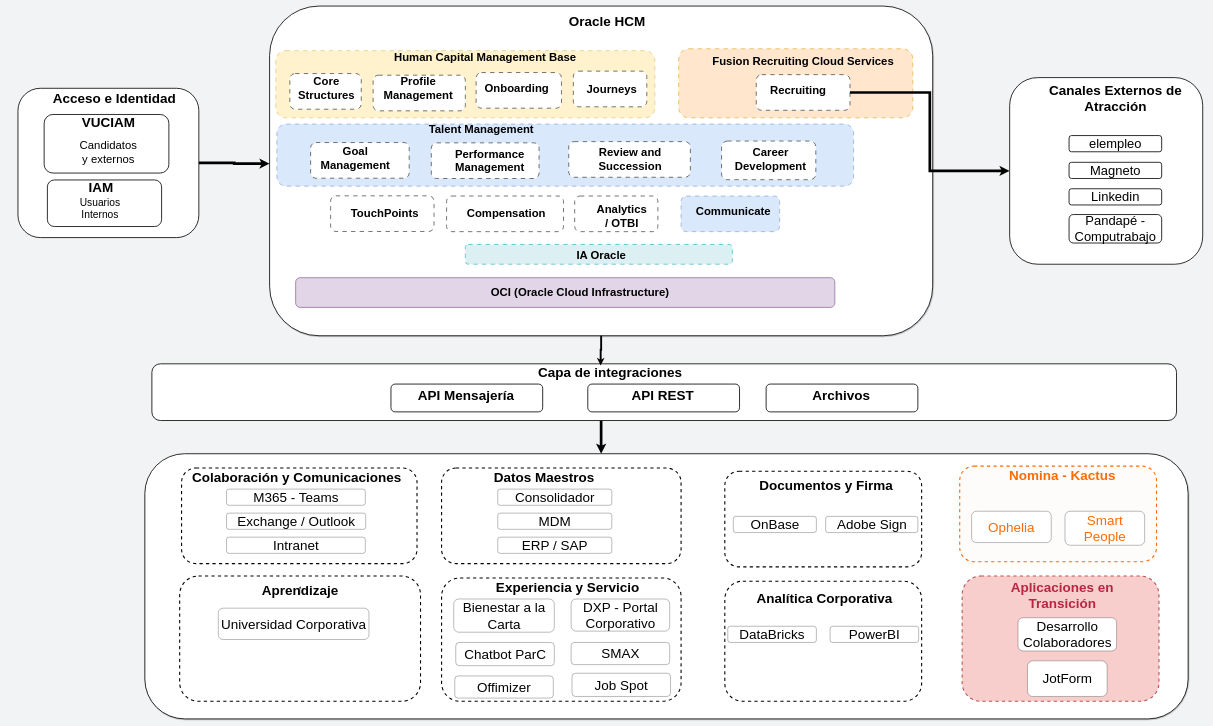
This is page "Page-2" (2 of 2) of HCM.drawio from carlosvalderrama1204/diagrams, a draw.io file, before an edit. Source tidied: cells renumbered, new cells numbered last; positions are measured from the earlier drawing's top-left corner, leaving out a move shared by most shapes. Both pictures are drawn from the tidied source at 27%, with x=0, y=0 at pixel (18, 6).
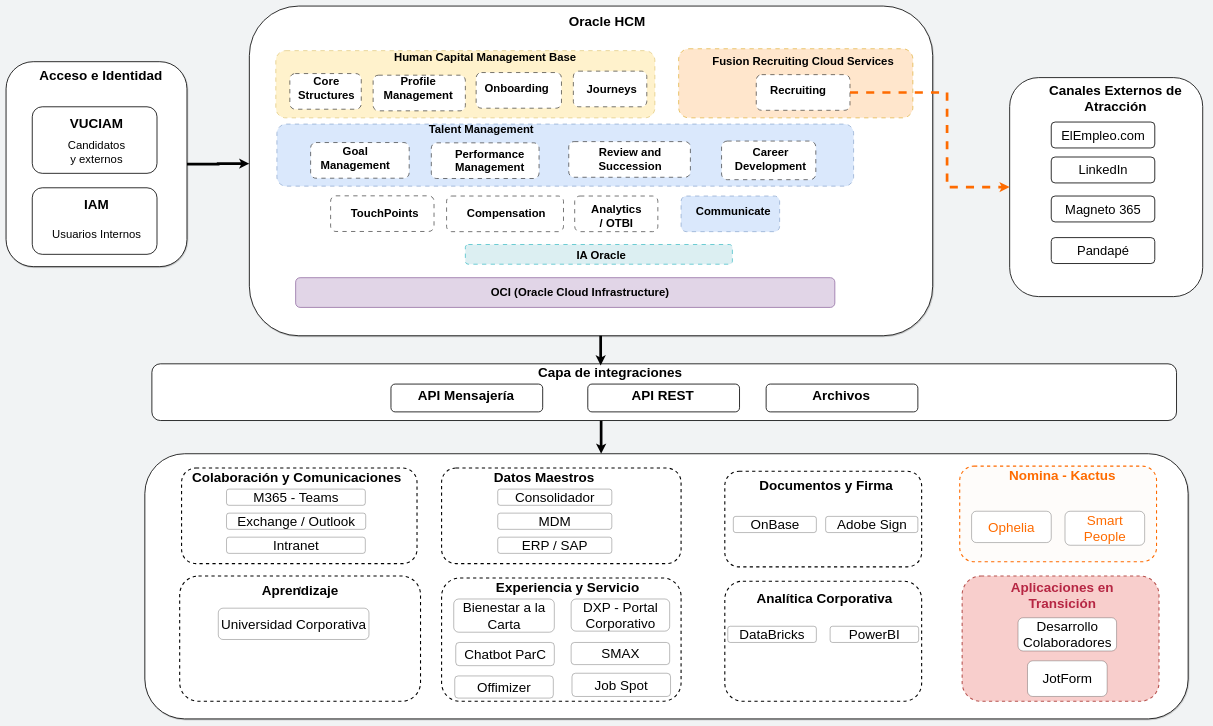
Above is the later version.

Unchanged cells that the change refers to:
```xml
<mxCell id="20" style="rounded=1;whiteSpace=wrap;html=1;fontSize=50;strokeWidth=3;" parent="1" vertex="1">
  <mxGeometry x="496" y="1325" width="3795" height="210" as="geometry" />
</mxCell>
<mxCell id="35" style="rounded=1;whiteSpace=wrap;html=1;dashed=1;dashPattern=8 8;fontSize=42;strokeWidth=2;" parent="1" vertex="1">
  <mxGeometry x="2734.5" y="254" width="347" height="132" as="geometry" />
</mxCell>
```

Diff of the diagram source:
```diff
@@
     <mxCell id="2" style="rounded=1;whiteSpace=wrap;html=1;gradientColor=none;shadow=1;glass=0;fontSize=50;strokeWidth=3;" parent="1" vertex="1">
-      <mxGeometry x="932" width="2456" height="1221" as="geometry" />
+      <mxGeometry x="857" width="2531" height="1221" as="geometry" />
     </mxCell>
@@
-    <mxCell id="7" style="rounded=1;whiteSpace=wrap;html=1;fontSize=50;strokeWidth=3;" parent="1" vertex="1">
-      <mxGeometry y="304.5" width="670" height="553" as="geometry" />
+    <mxCell id="7" style="rounded=1;whiteSpace=wrap;html=1;fontSize=50;strokeWidth=3;shadow=1;" parent="1" vertex="1">
+      <mxGeometry x="-44" y="206" width="670" height="759" as="geometry" />
     </mxCell>
@@
     <mxCell id="9" style="rounded=1;whiteSpace=wrap;html=1;fontSize=50;strokeWidth=3;" parent="1" vertex="1">
-      <mxGeometry x="97" y="401.5" width="462" height="217" as="geometry" />
+      <mxGeometry x="53" y="373" width="462" height="246.5" as="geometry" />
     </mxCell>
     <mxCell id="10" value="VUCIAM" style="text;html=1;whiteSpace=wrap;strokeColor=none;fillColor=none;align=center;verticalAlign=middle;rounded=0;fontStyle=1;fontSize=50;strokeWidth=3;" parent="1" vertex="1">
-      <mxGeometry x="305" y="416.5" width="60" height="30" as="geometry" />
+      <mxGeometry x="261" y="417.5" width="60" height="30" as="geometry" />
     </mxCell>
     <mxCell id="11" value="Candidatos y externos" style="text;html=1;whiteSpace=wrap;strokeColor=none;fillColor=none;align=center;verticalAlign=middle;rounded=0;fontSize=42;strokeWidth=3;" parent="1" vertex="1">
-      <mxGeometry x="305" y="525.5" width="60" height="30" as="geometry" />
+      <mxGeometry x="261" y="526.5" width="60" height="30" as="geometry" />
     </mxCell>
-    <mxCell id="12" style="rounded=1;whiteSpace=wrap;html=1;fontSize=50;strokeWidth=3;" parent="1" vertex="1">
-      <mxGeometry x="109" y="644" width="423" height="172.5" as="geometry" />
-    </mxCell>
-    <mxCell id="13" value="IAM" style="text;html=1;whiteSpace=wrap;strokeColor=none;fillColor=none;align=center;verticalAlign=middle;rounded=0;fontStyle=1;fontSize=50;strokeWidth=3;" parent="1" vertex="1">
-      <mxGeometry x="199" y="655" width="218" height="30" as="geometry" />
-    </mxCell>
-    <mxCell id="14" value="Usuarios Internos" style="text;html=1;whiteSpace=wrap;strokeColor=none;fillColor=none;align=center;verticalAlign=middle;rounded=0;fontSize=38;strokeWidth=3;" parent="1" vertex="1">
-      <mxGeometry x="274" y="734.5" width="60" height="30" as="geometry" />
-    </mxCell>
     <mxCell id="15" value="Acceso e Identidad" style="text;html=1;whiteSpace=wrap;strokeColor=none;fillColor=none;align=center;verticalAlign=middle;rounded=0;fontStyle=1;fontSize=50;strokeWidth=3;" parent="1" vertex="1">
-      <mxGeometry x="109" y="324.5" width="497" height="30" as="geometry" />
+      <mxGeometry x="59" y="241" width="497" height="30" as="geometry" />
     </mxCell>
     <mxCell id="16" style="rounded=1;whiteSpace=wrap;html=1;fontSize=50;strokeWidth=3;" parent="1" vertex="1">
-      <mxGeometry x="3673" y="264.9" width="715" height="691.2" as="geometry" />
+      <mxGeometry x="3673" y="264.9" width="715" height="811.1" as="geometry" />
     </mxCell>
-    <mxCell id="17" value="elempleo" style="rounded=1;whiteSpace=wrap;html=1;fontSize=48;strokeWidth=3;" parent="1" vertex="1">
-      <mxGeometry x="3893" y="479.6" width="343" height="60" as="geometry" />
+    <mxCell id="17" value="ElEmpleo.com" style="rounded=1;whiteSpace=wrap;html=1;fontSize=48;strokeWidth=3;" parent="1" vertex="1">
+      <mxGeometry x="3827" y="429.5" width="383.5" height="96" as="geometry" />
     </mxCell>
@@
-    <mxCell id="22" value="Magneto" style="rounded=1;whiteSpace=wrap;html=1;fontSize=48;strokeWidth=3;" parent="1" vertex="1">
-      <mxGeometry x="3893" y="578.6" width="343" height="60" as="geometry" />
-    </mxCell>
-    <mxCell id="23" value="Linkedin" style="rounded=1;whiteSpace=wrap;html=1;fontSize=48;strokeWidth=3;" parent="1" vertex="1">
-      <mxGeometry x="3893" y="676.6" width="343" height="60" as="geometry" />
-    </mxCell>
@@
     <mxCell id="52" value="Analytics / OTBI" style="text;html=1;whiteSpace=wrap;strokeColor=none;fillColor=none;align=center;verticalAlign=middle;rounded=0;fontStyle=1;fontSize=42;strokeWidth=2;" parent="1" vertex="1">
-      <mxGeometry x="2178" y="763.5" width="117" height="30" as="geometry" />
+      <mxGeometry x="2157.5" y="764" width="117" height="30" as="geometry" />
     </mxCell>
@@
-    <mxCell id="55" value="Pandapé - Computrabajo" style="rounded=1;whiteSpace=wrap;html=1;fontSize=48;strokeWidth=3;" parent="1" vertex="1">
-      <mxGeometry x="3893" y="772.1" width="343" height="105.5" as="geometry" />
-    </mxCell>
@@
-    <mxCell id="97" style="edgeStyle=orthogonalEdgeStyle;rounded=0;jettySize=auto;html=1;entryX=0.438;entryY=0.029;entryDx=0;entryDy=0;entryPerimeter=0;strokeWidth=7;" parent="1" edge="1" source="2" target="20">
-      <mxGeometry relative="1" as="geometry" />
+    <mxCell id="97" style="edgeStyle=orthogonalEdgeStyle;rounded=0;jettySize=auto;html=1;entryX=0.438;entryY=0.029;entryDx=0;entryDy=0;entryPerimeter=0;strokeWidth=10;" parent="1" edge="1" source="2" target="20">
+      <mxGeometry relative="1" as="geometry">
+        <Array as="points">
+          <mxPoint x="2158.2" y="1246.4" />
+          <mxPoint x="2158.2" y="1246.4" />
+        </Array>
+      </mxGeometry>
     </mxCell>
@@
-    <mxCell id="103" style="edgeStyle=orthogonalEdgeStyle;rounded=0;jettySize=auto;html=1;strokeWidth=10;exitX=1;exitY=0.5;exitDx=0;exitDy=0;" parent="1" edge="1" source="35" target="16">
-      <mxGeometry relative="1" as="geometry" />
+    <mxCell id="103" style="edgeStyle=orthogonalEdgeStyle;rounded=0;jettySize=auto;html=1;strokeWidth=10;exitX=1;exitY=0.5;exitDx=0;exitDy=0;strokeColor=#FE6B00;dashed=1;" parent="1" edge="1" source="35" target="16">
+      <mxGeometry relative="1" as="geometry">
+        <Array as="points">
+          <mxPoint x="3441.2" y="320" />
+          <mxPoint x="3441.2" y="670.5" />
+        </Array>
+      </mxGeometry>
     </mxCell>
@@
+    <mxCell id="105" value="LinkedIn" style="rounded=1;whiteSpace=wrap;html=1;fontSize=48;strokeWidth=3;" parent="1" vertex="1">
+      <mxGeometry x="3827" y="559" width="383.5" height="96" as="geometry" />
+    </mxCell>
+    <mxCell id="106" value="Magneto 365" style="rounded=1;whiteSpace=wrap;html=1;fontSize=48;strokeWidth=3;" parent="1" vertex="1">
+      <mxGeometry x="3827" y="703.5" width="383.5" height="96" as="geometry" />
+    </mxCell>
+    <mxCell id="107" value="Pandapé" style="rounded=1;whiteSpace=wrap;html=1;fontSize=48;strokeWidth=3;" parent="1" vertex="1">
+      <mxGeometry x="3827" y="857.5" width="383.5" height="96" as="geometry" />
+    </mxCell>
+    <mxCell id="108" style="rounded=1;whiteSpace=wrap;html=1;fontSize=50;strokeWidth=3;" parent="1" vertex="1">
+      <mxGeometry x="53" y="673" width="462" height="246.5" as="geometry" />
+    </mxCell>
+    <mxCell id="13" value="IAM" style="text;html=1;whiteSpace=wrap;strokeColor=none;fillColor=none;align=center;verticalAlign=middle;rounded=0;fontStyle=1;fontSize=50;strokeWidth=3;" parent="1" vertex="1">
+      <mxGeometry x="261" y="717.5" width="60" height="30" as="geometry" />
+    </mxCell>
+    <mxCell id="14" value="Usuarios Internos" style="text;html=1;whiteSpace=wrap;strokeColor=none;fillColor=none;align=center;verticalAlign=middle;rounded=0;fontSize=42;strokeWidth=3;" parent="1" vertex="1">
+      <mxGeometry x="104.8" y="829.5" width="372.5" height="30" as="geometry" />
+    </mxCell>
```
